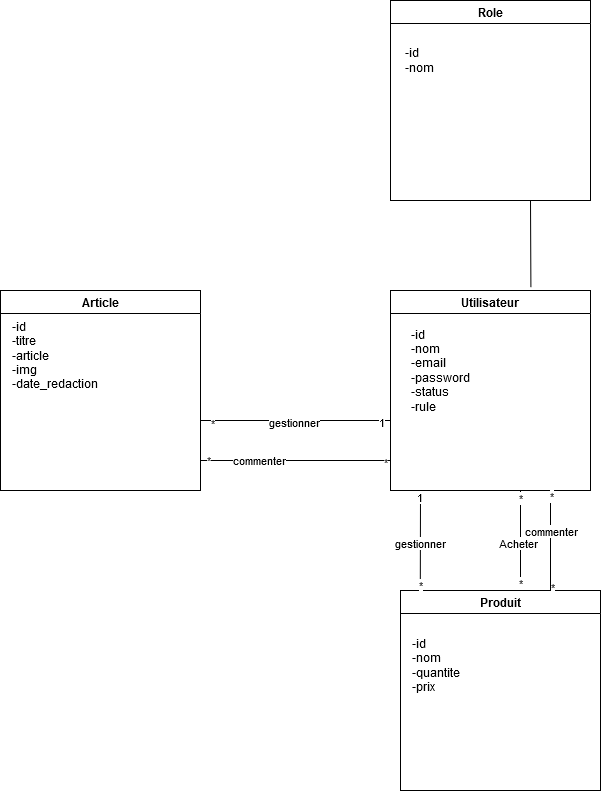
Before: fil rouge Diagramme de class.drawio.png, a diagram exported from draw.io (abdelmalekbenamar/fil-rouge-conception-et-cahier-de-charge). Source tidied: cells renumbered, new cells last; positions are measured from the earlier drawing's top-left corner, leaving out a move shared by most shapes.
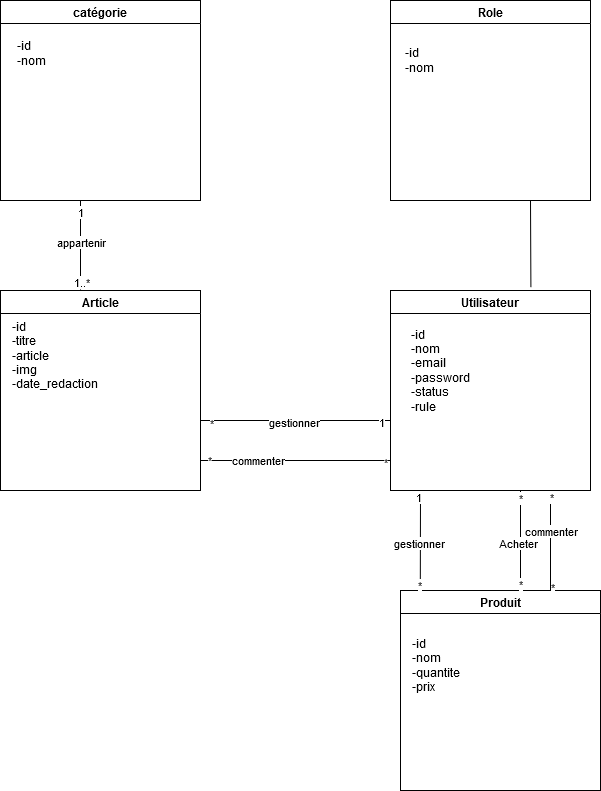
After the change.

Commit message:
second modif diagramme de classe

Diff of the diagram source:
```diff
@@ -109,5 +109,28 @@
     <mxCell id="30" value="*" style="edgeLabel;html=1;align=center;verticalAlign=middle;" parent="27" vertex="1">
       <mxGeometry x="-0.92" y="-1" relative="1" as="geometry" />
     </mxCell>
+    <mxCell id="31" value="catégorie" style="swimlane;whiteSpace=wrap;html=1;" parent="1" vertex="1">
+      <mxGeometry width="200" height="200" as="geometry" />
+    </mxCell>
+    <mxCell id="32" style="endArrow=none;html=1;rounded=0;" parent="1" edge="1">
+      <mxGeometry relative="1" as="geometry">
+        <mxPoint x="80" y="289" as="sourcePoint" />
+        <mxPoint x="80" y="200" as="targetPoint" />
+      </mxGeometry>
+    </mxCell>
+    <mxCell id="33" value="appartenir" style="edgeLabel;html=1;align=center;verticalAlign=middle;" parent="32" vertex="1">
+      <mxGeometry x="0.08" relative="1" as="geometry" />
+    </mxCell>
+    <mxCell id="34" value="1" style="edgeLabel;html=1;align=center;verticalAlign=middle;" parent="32" vertex="1">
+      <mxGeometry x="0.76" y="1" relative="1" as="geometry" />
+    </mxCell>
+    <mxCell id="35" value="1..*" style="edgeLabel;html=1;align=center;verticalAlign=middle;" parent="32" vertex="1">
+      <mxGeometry x="-0.81" y="1" relative="1" as="geometry">
+        <mxPoint x="1" as="offset" />
+      </mxGeometry>
+    </mxCell>
+    <mxCell id="36" value="&lt;div&gt;-id&lt;/div&gt;&lt;div&gt;-nom&lt;br&gt;&lt;/div&gt;" style="text;html=1;align=left;verticalAlign=middle;strokeColor=none;fillColor=none;" parent="1" vertex="1">
+      <mxGeometry x="15" y="33" width="50" height="40" as="geometry" />
+    </mxCell>
   </root>
 </mxGraphModel>
```
